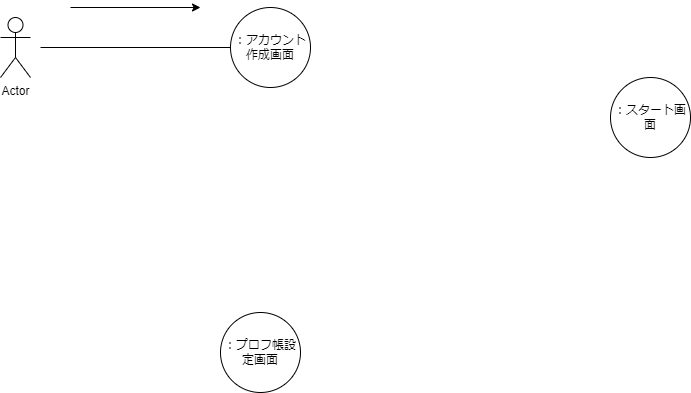
Earlier version of the draw.io export commu.drawio.png (MoritMorit/psp-pro4). Source tidied: cells renumbered, new cells last; positions are measured from the earlier drawing's top-left corner, leaving out a move shared by most shapes.
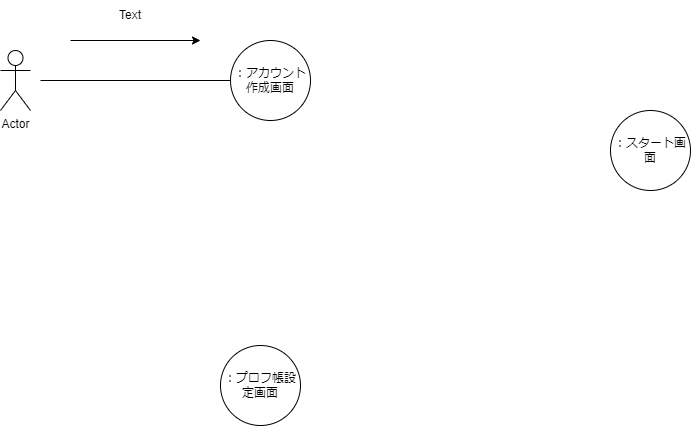
Later version of the same file.

Diff of the diagram source:
```diff
@@ -25,5 +25,8 @@
         <mxPoint x="200" as="targetPoint" />
       </mxGeometry>
     </mxCell>
+    <mxCell id="8" value="Text" style="text;html=1;strokeColor=none;fillColor=none;align=center;verticalAlign=middle;whiteSpace=wrap;rounded=0;" parent="1" vertex="1">
+      <mxGeometry x="100" y="-40" width="60" height="30" as="geometry" />
+    </mxCell>
   </root>
 </mxGraphModel>
```
